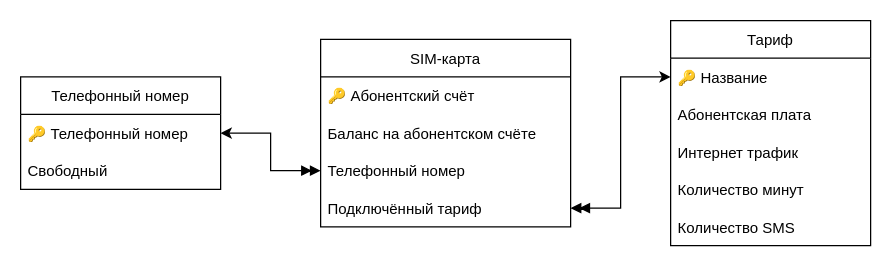
Above: coursework/graphics/drawio/sim-card-relations.drawio in markov-avl/DatabaseDevelopmentTechnology (draw.io), before the change. Source tidied: cells renumbered, new cells numbered last; positions are measured from the earlier drawing's top-left corner, leaving out a move shared by most shapes. Both pictures are drawn from the tidied source at 125%, with x=0, y=0 at pixel (20, 20).
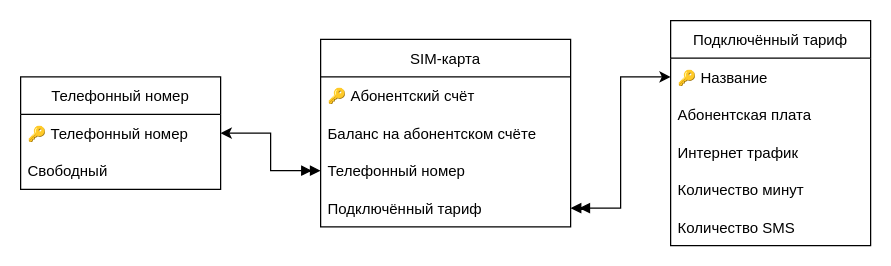
After the change.

The edit, as a diff of the source:
```diff
@@
 <mxGraphModel>
   <root>
     <mxCell id="0" />
     <mxCell id="1" parent="0" />
     <mxCell id="2" value="Телефонный номер" style="swimlane;fontStyle=0;horizontal=1;startSize=30;" parent="1" vertex="1">
       <mxGeometry y="45" width="160" height="90" as="geometry" />
     </mxCell>
     <mxCell id="3" value="🔑 Телефонный номер" style="text;align=left;verticalAlign=middle;spacingLeft=4;spacingRight=4;overflow=hidden;points=[[0,0.5],[1,0.5]];portConstraint=eastwest;" parent="2" vertex="1">
       <mxGeometry y="30" width="160" height="30" as="geometry" />
     </mxCell>
     <mxCell id="4" value="Свободный" style="text;align=left;verticalAlign=middle;spacingLeft=4;spacingRight=4;overflow=hidden;" parent="2" vertex="1">
       <mxGeometry y="60" width="160" height="30" as="geometry" />
     </mxCell>
     <mxCell id="5" value="SIM-карта" style="swimlane;fontStyle=0;horizontal=1;startSize=30;" parent="1" vertex="1">
       <mxGeometry x="240" y="15" width="200" height="150" as="geometry" />
     </mxCell>
     <mxCell id="6" value="🔑 Абонентский счёт" style="text;align=left;verticalAlign=middle;spacingLeft=4;spacingRight=4;overflow=hidden;" parent="5" vertex="1">
       <mxGeometry y="30" width="200" height="30" as="geometry" />
     </mxCell>
     <mxCell id="7" value="Баланс на абонентском счёте" style="text;align=left;verticalAlign=middle;spacingLeft=4;spacingRight=4;overflow=hidden;" parent="5" vertex="1">
       <mxGeometry y="60" width="200" height="30" as="geometry" />
     </mxCell>
     <mxCell id="8" value="Телефонный номер" style="text;align=left;verticalAlign=middle;spacingLeft=4;spacingRight=4;overflow=hidden;points=[[0,0.5],[1,0.5]];portConstraint=eastwest;" parent="5" vertex="1">
       <mxGeometry y="90" width="200" height="30" as="geometry" />
     </mxCell>
     <mxCell id="9" value="Подключённый тариф" style="text;align=left;verticalAlign=middle;spacingLeft=4;spacingRight=4;overflow=hidden;points=[[0,0.5],[1,0.5]];portConstraint=eastwest;" parent="5" vertex="1">
       <mxGeometry y="120" width="200" height="30" as="geometry" />
     </mxCell>
-    <mxCell id="10" value="Тариф" style="swimlane;fontStyle=0;horizontal=1;startSize=30;" parent="1" vertex="1">
+    <mxCell id="10" value="Подключённый тариф" style="swimlane;fontStyle=0;horizontal=1;startSize=30;" parent="1" vertex="1">
       <mxGeometry x="520" width="160" height="180" as="geometry" />
     </mxCell>
     <mxCell id="11" value="🔑 Название" style="text;align=left;verticalAlign=middle;spacingLeft=4;spacingRight=4;overflow=hidden;points=[[0,0.5],[1,0.5]];portConstraint=eastwest;" parent="10" vertex="1">
       <mxGeometry y="30" width="160" height="30" as="geometry" />
     </mxCell>
     <mxCell id="12" value="Абонентская плата" style="text;align=left;verticalAlign=middle;spacingLeft=4;spacingRight=4;overflow=hidden;" parent="10" vertex="1">
       <mxGeometry y="60" width="160" height="30" as="geometry" />
     </mxCell>
     <mxCell id="13" value="Интернет трафик" style="text;align=left;verticalAlign=middle;spacingLeft=4;spacingRight=4;overflow=hidden;" parent="10" vertex="1">
       <mxGeometry y="90" width="160" height="30" as="geometry" />
     </mxCell>
     <mxCell id="14" value="Количество минут" style="text;align=left;verticalAlign=middle;spacingLeft=4;spacingRight=4;overflow=hidden;" parent="10" vertex="1">
       <mxGeometry y="120" width="160" height="30" as="geometry" />
     </mxCell>
     <mxCell id="15" value="Количество SMS" style="text;align=left;verticalAlign=middle;spacingLeft=4;spacingRight=4;overflow=hidden;" parent="10" vertex="1">
       <mxGeometry y="150" width="160" height="30" as="geometry" />
     </mxCell>
     <mxCell id="16" style="endArrow=doubleBlock;startArrow=classic;html=1;rounded=0;entryX=0;entryY=0.5;entryDx=0;entryDy=0;exitX=1;exitY=0.5;exitDx=0;exitDy=0;endFill=1;edgeStyle=orthogonalEdgeStyle;" parent="1" edge="1" source="3" target="8">
       <mxGeometry relative="1" as="geometry" />
     </mxCell>
     <mxCell id="17" style="endArrow=doubleBlock;startArrow=classic;html=1;rounded=0;entryX=1;entryY=0.5;entryDx=0;entryDy=0;exitX=0;exitY=0.5;exitDx=0;exitDy=0;endFill=1;edgeStyle=orthogonalEdgeStyle;" parent="1" edge="1" source="11" target="9">
       <mxGeometry relative="1" as="geometry" />
     </mxCell>
   </root>
 </mxGraphModel>
```
